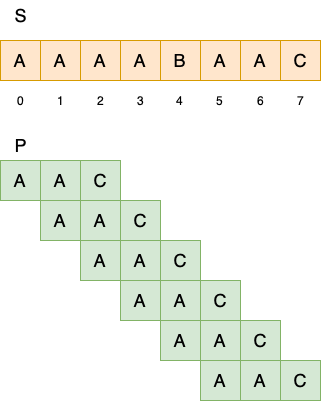
This is algorithm/kmp-1.png from merlotliu/merlotliu-pics, a draw.io export, as it was before one commit. Source tidied: cells renumbered, new cells last; positions are measured from the earlier drawing's top-left corner, leaving out a move shared by most shapes. Its diagram source:
```xml
<mxGraphModel>
  <root>
    <mxCell id="0" />
    <mxCell id="1" parent="0" />
    <mxCell id="2" value="&lt;font style=&quot;font-size: 18px;&quot;&gt;A&lt;/font&gt;" style="rounded=0;whiteSpace=wrap;html=1;fillColor=#ffe6cc;strokeColor=#d79b00;" parent="1" vertex="1">
      <mxGeometry y="40" width="40" height="40" as="geometry" />
    </mxCell>
    <mxCell id="3" value="&lt;font style=&quot;font-size: 18px;&quot;&gt;A&lt;/font&gt;" style="rounded=0;whiteSpace=wrap;html=1;fillColor=#ffe6cc;strokeColor=#d79b00;" parent="1" vertex="1">
      <mxGeometry x="40" y="40" width="40" height="40" as="geometry" />
    </mxCell>
    <mxCell id="4" value="&lt;font style=&quot;font-size: 18px;&quot;&gt;A&lt;/font&gt;" style="rounded=0;whiteSpace=wrap;html=1;fillColor=#ffe6cc;strokeColor=#d79b00;" parent="1" vertex="1">
      <mxGeometry x="80" y="40" width="40" height="40" as="geometry" />
    </mxCell>
    <mxCell id="5" value="&lt;font style=&quot;font-size: 18px;&quot;&gt;A&lt;/font&gt;" style="rounded=0;whiteSpace=wrap;html=1;fillColor=#ffe6cc;strokeColor=#d79b00;" parent="1" vertex="1">
      <mxGeometry x="120" y="40" width="40" height="40" as="geometry" />
    </mxCell>
    <mxCell id="6" value="&lt;font size=&quot;4&quot;&gt;B&lt;/font&gt;" style="rounded=0;whiteSpace=wrap;html=1;fillColor=#ffe6cc;strokeColor=#d79b00;" parent="1" vertex="1">
      <mxGeometry x="160" y="40" width="40" height="40" as="geometry" />
    </mxCell>
    <mxCell id="7" value="&lt;font style=&quot;font-size: 18px;&quot;&gt;A&lt;/font&gt;" style="rounded=0;whiteSpace=wrap;html=1;fillColor=#ffe6cc;strokeColor=#d79b00;" parent="1" vertex="1">
      <mxGeometry x="200" y="40" width="40" height="40" as="geometry" />
    </mxCell>
    <mxCell id="8" value="&lt;font style=&quot;font-size: 18px;&quot;&gt;A&lt;/font&gt;" style="rounded=0;whiteSpace=wrap;html=1;fillColor=#ffe6cc;strokeColor=#d79b00;" parent="1" vertex="1">
      <mxGeometry x="240" y="40" width="40" height="40" as="geometry" />
    </mxCell>
    <mxCell id="9" value="&lt;font size=&quot;4&quot;&gt;C&lt;/font&gt;" style="rounded=0;whiteSpace=wrap;html=1;fillColor=#ffe6cc;strokeColor=#d79b00;" parent="1" vertex="1">
      <mxGeometry x="280" y="40" width="40" height="40" as="geometry" />
    </mxCell>
    <mxCell id="10" value="&lt;font style=&quot;font-size: 18px;&quot;&gt;S&lt;/font&gt;" style="text;html=1;align=center;verticalAlign=middle;strokeColor=none;fillColor=none;" parent="1" vertex="1">
      <mxGeometry width="40" height="30" as="geometry" />
    </mxCell>
    <mxCell id="11" value="&lt;font style=&quot;font-size: 18px;&quot;&gt;A&lt;/font&gt;" style="rounded=0;whiteSpace=wrap;html=1;fillColor=#d5e8d4;strokeColor=#82b366;" parent="1" vertex="1">
      <mxGeometry y="160" width="40" height="40" as="geometry" />
    </mxCell>
    <mxCell id="12" value="&lt;font style=&quot;font-size: 18px;&quot;&gt;A&lt;/font&gt;" style="rounded=0;whiteSpace=wrap;html=1;fillColor=#d5e8d4;strokeColor=#82b366;" parent="1" vertex="1">
      <mxGeometry x="40" y="160" width="40" height="40" as="geometry" />
    </mxCell>
    <mxCell id="13" value="&lt;font size=&quot;4&quot;&gt;C&lt;/font&gt;" style="rounded=0;whiteSpace=wrap;html=1;fillColor=#d5e8d4;strokeColor=#82b366;" parent="1" vertex="1">
      <mxGeometry x="80" y="160" width="40" height="40" as="geometry" />
    </mxCell>
    <mxCell id="14" value="&lt;font style=&quot;font-size: 18px;&quot;&gt;A&lt;/font&gt;" style="rounded=0;whiteSpace=wrap;html=1;fillColor=#d5e8d4;strokeColor=#82b366;" parent="1" vertex="1">
      <mxGeometry x="40" y="200" width="40" height="40" as="geometry" />
    </mxCell>
    <mxCell id="15" value="&lt;font style=&quot;font-size: 18px;&quot;&gt;A&lt;/font&gt;" style="rounded=0;whiteSpace=wrap;html=1;fillColor=#d5e8d4;strokeColor=#82b366;" parent="1" vertex="1">
      <mxGeometry x="80" y="200" width="40" height="40" as="geometry" />
    </mxCell>
    <mxCell id="16" value="&lt;font size=&quot;4&quot;&gt;C&lt;/font&gt;" style="rounded=0;whiteSpace=wrap;html=1;fillColor=#d5e8d4;strokeColor=#82b366;" parent="1" vertex="1">
      <mxGeometry x="120" y="200" width="40" height="40" as="geometry" />
    </mxCell>
    <mxCell id="17" value="&lt;font style=&quot;font-size: 18px;&quot;&gt;A&lt;/font&gt;" style="rounded=0;whiteSpace=wrap;html=1;fillColor=#d5e8d4;strokeColor=#82b366;" parent="1" vertex="1">
      <mxGeometry x="80" y="240" width="40" height="40" as="geometry" />
    </mxCell>
    <mxCell id="18" value="&lt;font style=&quot;font-size: 18px;&quot;&gt;A&lt;/font&gt;" style="rounded=0;whiteSpace=wrap;html=1;fillColor=#d5e8d4;strokeColor=#82b366;" parent="1" vertex="1">
      <mxGeometry x="120" y="240" width="40" height="40" as="geometry" />
    </mxCell>
    <mxCell id="19" value="&lt;font size=&quot;4&quot;&gt;C&lt;/font&gt;" style="rounded=0;whiteSpace=wrap;html=1;fillColor=#d5e8d4;strokeColor=#82b366;" parent="1" vertex="1">
      <mxGeometry x="160" y="240" width="40" height="40" as="geometry" />
    </mxCell>
    <mxCell id="20" value="&lt;font style=&quot;font-size: 18px;&quot;&gt;A&lt;/font&gt;" style="rounded=0;whiteSpace=wrap;html=1;fillColor=#d5e8d4;strokeColor=#82b366;" parent="1" vertex="1">
      <mxGeometry x="120" y="280" width="40" height="40" as="geometry" />
    </mxCell>
    <mxCell id="21" value="&lt;font style=&quot;font-size: 18px;&quot;&gt;A&lt;/font&gt;" style="rounded=0;whiteSpace=wrap;html=1;fillColor=#d5e8d4;strokeColor=#82b366;" parent="1" vertex="1">
      <mxGeometry x="160" y="280" width="40" height="40" as="geometry" />
    </mxCell>
    <mxCell id="22" value="&lt;font size=&quot;4&quot;&gt;C&lt;/font&gt;" style="rounded=0;whiteSpace=wrap;html=1;fillColor=#d5e8d4;strokeColor=#82b366;" parent="1" vertex="1">
      <mxGeometry x="200" y="280" width="40" height="40" as="geometry" />
    </mxCell>
    <mxCell id="23" value="&lt;font style=&quot;font-size: 18px;&quot;&gt;A&lt;/font&gt;" style="rounded=0;whiteSpace=wrap;html=1;fillColor=#d5e8d4;strokeColor=#82b366;" parent="1" vertex="1">
      <mxGeometry x="160" y="320" width="40" height="40" as="geometry" />
    </mxCell>
    <mxCell id="24" value="&lt;font style=&quot;font-size: 18px;&quot;&gt;A&lt;/font&gt;" style="rounded=0;whiteSpace=wrap;html=1;fillColor=#d5e8d4;strokeColor=#82b366;" parent="1" vertex="1">
      <mxGeometry x="200" y="320" width="40" height="40" as="geometry" />
    </mxCell>
    <mxCell id="25" value="&lt;font size=&quot;4&quot;&gt;C&lt;/font&gt;" style="rounded=0;whiteSpace=wrap;html=1;fillColor=#d5e8d4;strokeColor=#82b366;" parent="1" vertex="1">
      <mxGeometry x="240" y="320" width="40" height="40" as="geometry" />
    </mxCell>
    <mxCell id="26" value="&lt;font style=&quot;font-size: 18px;&quot;&gt;A&lt;/font&gt;" style="rounded=0;whiteSpace=wrap;html=1;fillColor=#d5e8d4;strokeColor=#82b366;" parent="1" vertex="1">
      <mxGeometry x="200" y="360" width="40" height="40" as="geometry" />
    </mxCell>
    <mxCell id="27" value="&lt;font style=&quot;font-size: 18px;&quot;&gt;A&lt;/font&gt;" style="rounded=0;whiteSpace=wrap;html=1;fillColor=#d5e8d4;strokeColor=#82b366;" parent="1" vertex="1">
      <mxGeometry x="240" y="360" width="40" height="40" as="geometry" />
    </mxCell>
    <mxCell id="28" value="&lt;font size=&quot;4&quot;&gt;C&lt;/font&gt;" style="rounded=0;whiteSpace=wrap;html=1;fillColor=#d5e8d4;strokeColor=#82b366;" parent="1" vertex="1">
      <mxGeometry x="280" y="360" width="40" height="40" as="geometry" />
    </mxCell>
    <mxCell id="29" value="&lt;font size=&quot;4&quot;&gt;P&lt;/font&gt;" style="text;html=1;align=center;verticalAlign=middle;strokeColor=none;fillColor=none;" parent="1" vertex="1">
      <mxGeometry y="130" width="40" height="30" as="geometry" />
    </mxCell>
    <mxCell id="30" value="0" style="text;html=1;align=center;verticalAlign=middle;strokeColor=none;fillColor=none;" parent="1" vertex="1">
      <mxGeometry x="5" y="85" width="30" height="30" as="geometry" />
    </mxCell>
    <mxCell id="31" value="1" style="text;html=1;align=center;verticalAlign=middle;strokeColor=none;fillColor=none;" parent="1" vertex="1">
      <mxGeometry x="45" y="85" width="30" height="30" as="geometry" />
    </mxCell>
    <mxCell id="32" value="2" style="text;html=1;align=center;verticalAlign=middle;strokeColor=none;fillColor=none;" parent="1" vertex="1">
      <mxGeometry x="85" y="85" width="30" height="30" as="geometry" />
    </mxCell>
    <mxCell id="33" value="3" style="text;html=1;align=center;verticalAlign=middle;strokeColor=none;fillColor=none;" parent="1" vertex="1">
      <mxGeometry x="125" y="85" width="30" height="30" as="geometry" />
    </mxCell>
    <mxCell id="34" value="4" style="text;html=1;align=center;verticalAlign=middle;strokeColor=none;fillColor=none;" parent="1" vertex="1">
      <mxGeometry x="164" y="85" width="30" height="30" as="geometry" />
    </mxCell>
    <mxCell id="35" value="5" style="text;html=1;align=center;verticalAlign=middle;strokeColor=none;fillColor=none;" parent="1" vertex="1">
      <mxGeometry x="204" y="85" width="30" height="30" as="geometry" />
    </mxCell>
    <mxCell id="36" value="6" style="text;html=1;align=center;verticalAlign=middle;strokeColor=none;fillColor=none;" parent="1" vertex="1">
      <mxGeometry x="245" y="85" width="30" height="30" as="geometry" />
    </mxCell>
    <mxCell id="37" value="7" style="text;html=1;align=center;verticalAlign=middle;strokeColor=none;fillColor=none;" parent="1" vertex="1">
      <mxGeometry x="285" y="85" width="30" height="30" as="geometry" />
    </mxCell>
  </root>
</mxGraphModel>
```
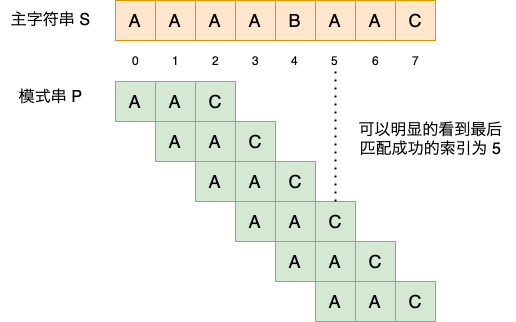
After the change.

Diff of the diagram source:
```diff
@@ -3,31 +3,31 @@
     <mxCell id="0" />
     <mxCell id="1" parent="0" />
     <mxCell id="2" value="&lt;font style=&quot;font-size: 18px;&quot;&gt;A&lt;/font&gt;" style="rounded=0;whiteSpace=wrap;html=1;fillColor=#ffe6cc;strokeColor=#d79b00;" parent="1" vertex="1">
-      <mxGeometry y="40" width="40" height="40" as="geometry" />
+      <mxGeometry y="79" width="40" height="40" as="geometry" />
     </mxCell>
     <mxCell id="3" value="&lt;font style=&quot;font-size: 18px;&quot;&gt;A&lt;/font&gt;" style="rounded=0;whiteSpace=wrap;html=1;fillColor=#ffe6cc;strokeColor=#d79b00;" parent="1" vertex="1">
-      <mxGeometry x="40" y="40" width="40" height="40" as="geometry" />
+      <mxGeometry x="40" y="79" width="40" height="40" as="geometry" />
     </mxCell>
     <mxCell id="4" value="&lt;font style=&quot;font-size: 18px;&quot;&gt;A&lt;/font&gt;" style="rounded=0;whiteSpace=wrap;html=1;fillColor=#ffe6cc;strokeColor=#d79b00;" parent="1" vertex="1">
-      <mxGeometry x="80" y="40" width="40" height="40" as="geometry" />
+      <mxGeometry x="80" y="79" width="40" height="40" as="geometry" />
     </mxCell>
     <mxCell id="5" value="&lt;font style=&quot;font-size: 18px;&quot;&gt;A&lt;/font&gt;" style="rounded=0;whiteSpace=wrap;html=1;fillColor=#ffe6cc;strokeColor=#d79b00;" parent="1" vertex="1">
-      <mxGeometry x="120" y="40" width="40" height="40" as="geometry" />
+      <mxGeometry x="120" y="79" width="40" height="40" as="geometry" />
     </mxCell>
     <mxCell id="6" value="&lt;font size=&quot;4&quot;&gt;B&lt;/font&gt;" style="rounded=0;whiteSpace=wrap;html=1;fillColor=#ffe6cc;strokeColor=#d79b00;" parent="1" vertex="1">
-      <mxGeometry x="160" y="40" width="40" height="40" as="geometry" />
+      <mxGeometry x="160" y="79" width="40" height="40" as="geometry" />
     </mxCell>
     <mxCell id="7" value="&lt;font style=&quot;font-size: 18px;&quot;&gt;A&lt;/font&gt;" style="rounded=0;whiteSpace=wrap;html=1;fillColor=#ffe6cc;strokeColor=#d79b00;" parent="1" vertex="1">
-      <mxGeometry x="200" y="40" width="40" height="40" as="geometry" />
+      <mxGeometry x="200" y="79" width="40" height="40" as="geometry" />
     </mxCell>
     <mxCell id="8" value="&lt;font style=&quot;font-size: 18px;&quot;&gt;A&lt;/font&gt;" style="rounded=0;whiteSpace=wrap;html=1;fillColor=#ffe6cc;strokeColor=#d79b00;" parent="1" vertex="1">
-      <mxGeometry x="240" y="40" width="40" height="40" as="geometry" />
+      <mxGeometry x="240" y="79" width="40" height="40" as="geometry" />
     </mxCell>
     <mxCell id="9" value="&lt;font size=&quot;4&quot;&gt;C&lt;/font&gt;" style="rounded=0;whiteSpace=wrap;html=1;fillColor=#ffe6cc;strokeColor=#d79b00;" parent="1" vertex="1">
-      <mxGeometry x="280" y="40" width="40" height="40" as="geometry" />
+      <mxGeometry x="280" y="79" width="40" height="40" as="geometry" />
     </mxCell>
-    <mxCell id="10" value="&lt;font style=&quot;font-size: 18px;&quot;&gt;S&lt;/font&gt;" style="text;html=1;align=center;verticalAlign=middle;strokeColor=none;fillColor=none;" parent="1" vertex="1">
-      <mxGeometry width="40" height="30" as="geometry" />
+    <mxCell id="10" value="&lt;font style=&quot;font-size: 16px;&quot;&gt;主字符串 S&lt;/font&gt;" style="text;html=1;align=center;verticalAlign=middle;strokeColor=none;fillColor=none;" parent="1" vertex="1">
+      <mxGeometry x="-115" y="84" width="100" height="30" as="geometry" />
     </mxCell>
     <mxCell id="11" value="&lt;font style=&quot;font-size: 18px;&quot;&gt;A&lt;/font&gt;" style="rounded=0;whiteSpace=wrap;html=1;fillColor=#d5e8d4;strokeColor=#82b366;" parent="1" vertex="1">
       <mxGeometry y="160" width="40" height="40" as="geometry" />
@@ -83,32 +83,40 @@
     <mxCell id="28" value="&lt;font size=&quot;4&quot;&gt;C&lt;/font&gt;" style="rounded=0;whiteSpace=wrap;html=1;fillColor=#d5e8d4;strokeColor=#82b366;" parent="1" vertex="1">
       <mxGeometry x="280" y="360" width="40" height="40" as="geometry" />
     </mxCell>
-    <mxCell id="29" value="&lt;font size=&quot;4&quot;&gt;P&lt;/font&gt;" style="text;html=1;align=center;verticalAlign=middle;strokeColor=none;fillColor=none;" parent="1" vertex="1">
-      <mxGeometry y="130" width="40" height="30" as="geometry" />
-    </mxCell>
     <mxCell id="30" value="0" style="text;html=1;align=center;verticalAlign=middle;strokeColor=none;fillColor=none;" parent="1" vertex="1">
-      <mxGeometry x="5" y="85" width="30" height="30" as="geometry" />
+      <mxGeometry x="5" y="124" width="30" height="30" as="geometry" />
     </mxCell>
     <mxCell id="31" value="1" style="text;html=1;align=center;verticalAlign=middle;strokeColor=none;fillColor=none;" parent="1" vertex="1">
-      <mxGeometry x="45" y="85" width="30" height="30" as="geometry" />
+      <mxGeometry x="45" y="124" width="30" height="30" as="geometry" />
     </mxCell>
     <mxCell id="32" value="2" style="text;html=1;align=center;verticalAlign=middle;strokeColor=none;fillColor=none;" parent="1" vertex="1">
-      <mxGeometry x="85" y="85" width="30" height="30" as="geometry" />
+      <mxGeometry x="85" y="124" width="30" height="30" as="geometry" />
     </mxCell>
     <mxCell id="33" value="3" style="text;html=1;align=center;verticalAlign=middle;strokeColor=none;fillColor=none;" parent="1" vertex="1">
-      <mxGeometry x="125" y="85" width="30" height="30" as="geometry" />
+      <mxGeometry x="125" y="124" width="30" height="30" as="geometry" />
     </mxCell>
     <mxCell id="34" value="4" style="text;html=1;align=center;verticalAlign=middle;strokeColor=none;fillColor=none;" parent="1" vertex="1">
-      <mxGeometry x="164" y="85" width="30" height="30" as="geometry" />
+      <mxGeometry x="164" y="124" width="30" height="30" as="geometry" />
     </mxCell>
     <mxCell id="35" value="5" style="text;html=1;align=center;verticalAlign=middle;strokeColor=none;fillColor=none;" parent="1" vertex="1">
-      <mxGeometry x="204" y="85" width="30" height="30" as="geometry" />
+      <mxGeometry x="204" y="124" width="30" height="30" as="geometry" />
     </mxCell>
     <mxCell id="36" value="6" style="text;html=1;align=center;verticalAlign=middle;strokeColor=none;fillColor=none;" parent="1" vertex="1">
-      <mxGeometry x="245" y="85" width="30" height="30" as="geometry" />
+      <mxGeometry x="245" y="124" width="30" height="30" as="geometry" />
     </mxCell>
     <mxCell id="37" value="7" style="text;html=1;align=center;verticalAlign=middle;strokeColor=none;fillColor=none;" parent="1" vertex="1">
-      <mxGeometry x="285" y="85" width="30" height="30" as="geometry" />
+      <mxGeometry x="285" y="124" width="30" height="30" as="geometry" />
     </mxCell>
+    <mxCell id="38" value="&lt;font style=&quot;font-size: 16px;&quot;&gt;可以明显的看到最后&lt;br&gt;匹配成功的索引为 5&lt;/font&gt;" style="text;html=1;align=center;verticalAlign=middle;strokeColor=none;fillColor=none;" parent="1" vertex="1">
+      <mxGeometry x="230" y="193" width="170" height="50" as="geometry" />
+    </mxCell>
+    <mxCell id="39" style="endArrow=none;dashed=1;html=1;dashPattern=1 3;strokeWidth=2;rounded=0;exitX=0.5;exitY=0;exitDx=0;exitDy=0;" parent="1" edge="1" source="22">
+      <mxGeometry relative="1" as="geometry">
+        <mxPoint x="220" y="149" as="targetPoint" />
+      </mxGeometry>
+    </mxCell>
+    <mxCell id="40" value="&lt;font size=&quot;3&quot;&gt;模式串 P&lt;/font&gt;" style="text;html=1;align=center;verticalAlign=middle;strokeColor=none;fillColor=none;" parent="1" vertex="1">
+      <mxGeometry x="-110" y="161" width="90" height="30" as="geometry" />
+    </mxCell>
   </root>
 </mxGraphModel>
```
